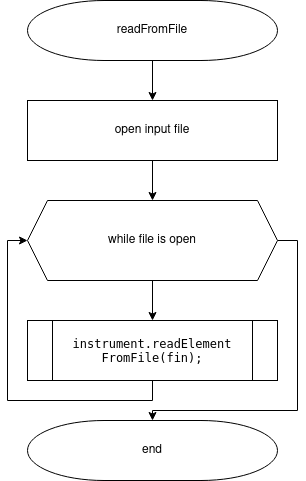
Earlier version of the draw.io export lab24/doc/assets/readFromFile.png (belchinskaya/Programming-Belchinska). Source tidied: cells renumbered, new cells last; positions are measured from the earlier drawing's top-left corner, leaving out a move shared by most shapes. Its diagram source:
```xml
<mxGraphModel>
  <root>
    <mxCell id="0" />
    <mxCell id="1" parent="0" />
    <mxCell id="2" value="end" style="strokeWidth=1;html=1;shape=mxgraph.flowchart.terminator;whiteSpace=wrap;" parent="1" vertex="1">
      <mxGeometry y="420" width="250" height="60" as="geometry" />
    </mxCell>
    <mxCell id="3" style="edgeStyle=orthogonalEdgeStyle;rounded=0;jettySize=auto;html=1;exitX=0.5;exitY=1;exitDx=0;exitDy=0;exitPerimeter=0;" parent="1" edge="1" source="4" target="6">
      <mxGeometry relative="1" as="geometry" />
    </mxCell>
    <mxCell id="4" value="readFromFile" style="strokeWidth=1;html=1;shape=mxgraph.flowchart.terminator;whiteSpace=wrap;" parent="1" vertex="1">
      <mxGeometry width="250" height="60" as="geometry" />
    </mxCell>
    <mxCell id="5" style="edgeStyle=orthogonalEdgeStyle;rounded=0;jettySize=auto;html=1;exitX=0.5;exitY=1;exitDx=0;exitDy=0;" parent="1" edge="1" source="6" target="9">
      <mxGeometry relative="1" as="geometry" />
    </mxCell>
    <mxCell id="6" value="open input file" style="rounded=0;whiteSpace=wrap;html=1;strokeWidth=1;" parent="1" vertex="1">
      <mxGeometry y="100" width="250" height="60" as="geometry" />
    </mxCell>
    <mxCell id="7" style="edgeStyle=orthogonalEdgeStyle;rounded=0;jettySize=auto;html=1;exitX=0.5;exitY=1;exitDx=0;exitDy=0;" parent="1" edge="1" source="9" target="11">
      <mxGeometry relative="1" as="geometry" />
    </mxCell>
    <mxCell id="8" style="edgeStyle=orthogonalEdgeStyle;rounded=0;jettySize=auto;html=1;exitX=1;exitY=0.5;exitDx=0;exitDy=0;entryX=0.5;entryY=0;entryDx=0;entryDy=0;entryPerimeter=0;" parent="1" edge="1" source="9" target="2">
      <mxGeometry relative="1" as="geometry">
        <Array as="points">
          <mxPoint x="270" y="240" />
          <mxPoint x="270" y="410" />
          <mxPoint x="125" y="410" />
        </Array>
      </mxGeometry>
    </mxCell>
    <mxCell id="9" value="while file is open" style="shape=hexagon;perimeter=hexagonPerimeter2;whiteSpace=wrap;html=1;fixedSize=1;strokeWidth=1;" parent="1" vertex="1">
      <mxGeometry y="200" width="250" height="80" as="geometry" />
    </mxCell>
    <mxCell id="10" style="edgeStyle=orthogonalEdgeStyle;rounded=0;jettySize=auto;html=1;exitX=0.5;exitY=1;exitDx=0;exitDy=0;entryX=0;entryY=0.5;entryDx=0;entryDy=0;" parent="1" edge="1" source="11" target="9">
      <mxGeometry relative="1" as="geometry" />
    </mxCell>
    <mxCell id="11" value="&lt;pre style=&quot;font-family: &amp;#34;jetbrains mono&amp;#34; , monospace&quot;&gt;&lt;span style=&quot;background-color: rgb(255 , 255 , 255)&quot;&gt;instrument.readElement&lt;br&gt;FromFile(fin);&lt;/span&gt;&lt;/pre&gt;" style="shape=process;whiteSpace=wrap;html=1;backgroundOutline=1;strokeWidth=1;" parent="1" vertex="1">
      <mxGeometry y="320" width="250" height="60" as="geometry" />
    </mxCell>
  </root>
</mxGraphModel>
```
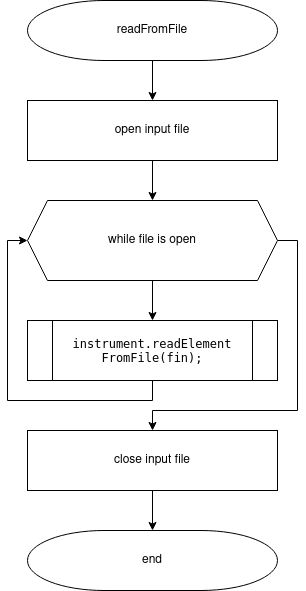
Later version of the same file.

The edit, as a diff of the source:
```diff
@@ -3,7 +3,7 @@
     <mxCell id="0" />
     <mxCell id="1" parent="0" />
     <mxCell id="2" value="end" style="strokeWidth=1;html=1;shape=mxgraph.flowchart.terminator;whiteSpace=wrap;" parent="1" vertex="1">
-      <mxGeometry y="420" width="250" height="60" as="geometry" />
+      <mxGeometry y="530" width="250" height="60" as="geometry" />
     </mxCell>
     <mxCell id="3" style="edgeStyle=orthogonalEdgeStyle;rounded=0;jettySize=auto;html=1;exitX=0.5;exitY=1;exitDx=0;exitDy=0;exitPerimeter=0;" parent="1" edge="1" source="4" target="6">
       <mxGeometry relative="1" as="geometry" />
@@ -20,15 +20,15 @@
     <mxCell id="7" style="edgeStyle=orthogonalEdgeStyle;rounded=0;jettySize=auto;html=1;exitX=0.5;exitY=1;exitDx=0;exitDy=0;" parent="1" edge="1" source="9" target="11">
       <mxGeometry relative="1" as="geometry" />
     </mxCell>
-    <mxCell id="8" style="edgeStyle=orthogonalEdgeStyle;rounded=0;jettySize=auto;html=1;exitX=1;exitY=0.5;exitDx=0;exitDy=0;entryX=0.5;entryY=0;entryDx=0;entryDy=0;entryPerimeter=0;" parent="1" edge="1" source="9" target="2">
-      <mxGeometry relative="1" as="geometry">
-        <Array as="points">
-          <mxPoint x="270" y="240" />
-          <mxPoint x="270" y="410" />
-          <mxPoint x="125" y="410" />
-        </Array>
-      </mxGeometry>
-    </mxCell>
+    <mxCell id="12" style="edgeStyle=orthogonalEdgeStyle;rounded=0;jettySize=auto;html=1;exitX=1;exitY=0.5;exitDx=0;exitDy=0;entryX=0.5;entryY=0;entryDx=0;entryDy=0;" parent="1" edge="1" source="9" target="14">
+      <mxGeometry relative="1" as="geometry">
+        <Array as="points">
+          <mxPoint x="270" y="240" />
+          <mxPoint x="270" y="410" />
+          <mxPoint x="125" y="410" />
+        </Array>
+      </mxGeometry>
+    </mxCell>
     <mxCell id="9" value="while file is open" style="shape=hexagon;perimeter=hexagonPerimeter2;whiteSpace=wrap;html=1;fixedSize=1;strokeWidth=1;" parent="1" vertex="1">
       <mxGeometry y="200" width="250" height="80" as="geometry" />
     </mxCell>
@@ -38,5 +38,11 @@
     <mxCell id="11" value="&lt;pre style=&quot;font-family: &amp;#34;jetbrains mono&amp;#34; , monospace&quot;&gt;&lt;span style=&quot;background-color: rgb(255 , 255 , 255)&quot;&gt;instrument.readElement&lt;br&gt;FromFile(fin);&lt;/span&gt;&lt;/pre&gt;" style="shape=process;whiteSpace=wrap;html=1;backgroundOutline=1;strokeWidth=1;" parent="1" vertex="1">
       <mxGeometry y="320" width="250" height="60" as="geometry" />
     </mxCell>
+    <mxCell id="13" style="edgeStyle=orthogonalEdgeStyle;rounded=0;jettySize=auto;html=1;exitX=0.5;exitY=1;exitDx=0;exitDy=0;" parent="1" edge="1" source="14" target="2">
+      <mxGeometry relative="1" as="geometry" />
+    </mxCell>
+    <mxCell id="14" value="close input file" style="rounded=0;whiteSpace=wrap;html=1;strokeWidth=1;" parent="1" vertex="1">
+      <mxGeometry y="430" width="250" height="60" as="geometry" />
+    </mxCell>
   </root>
 </mxGraphModel>
```
